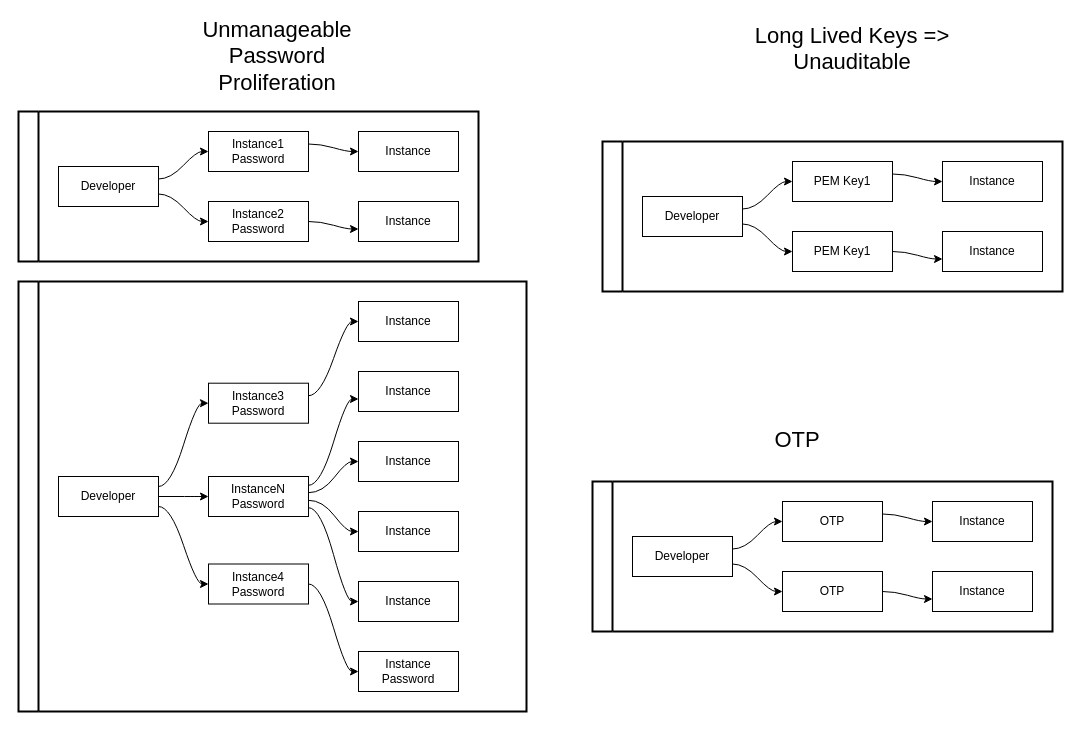
The draw.io diagram Untitled Diagram.drawio in biofool/vault-ssh-helper, before the edit. Source tidied: cells renumbered, new cells numbered last; positions are measured from the earlier drawing's top-left corner, leaving out a move shared by most shapes. Both pictures are drawn from the tidied source at 100%, with x=0, y=0 at pixel (18, 31).
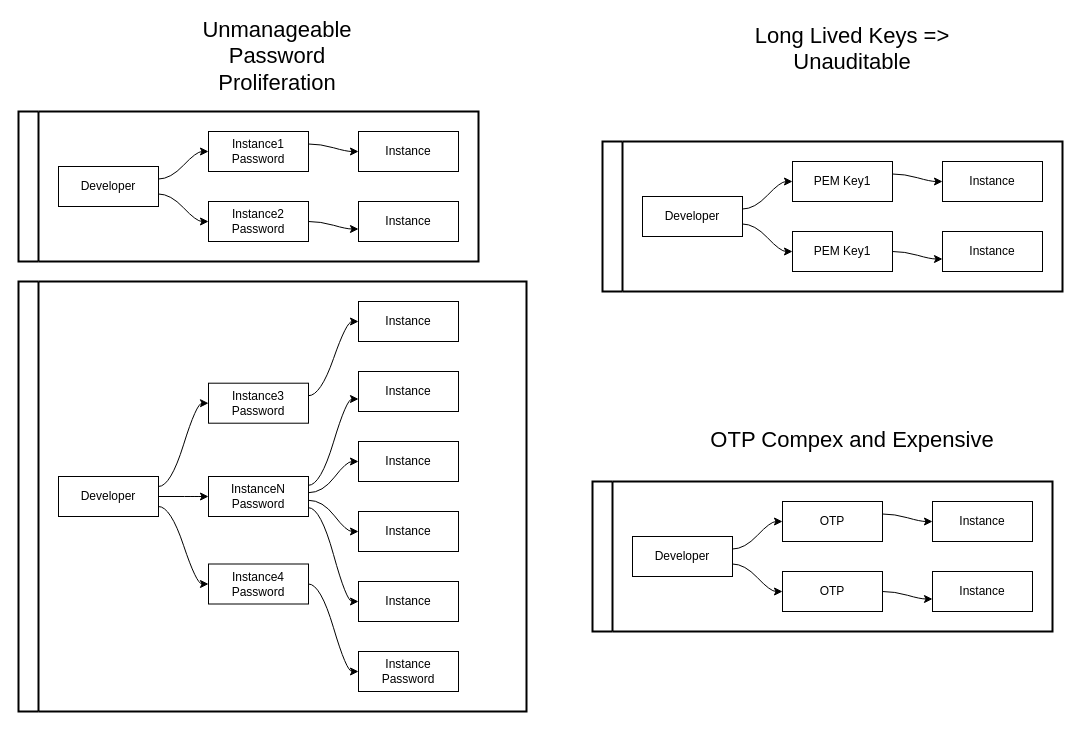
The same page after the edit.

Diff of the diagram source:
```diff
@@
-    <mxCell id="48" value="&lt;font style=&quot;font-size: 22px&quot;&gt;OTP&lt;/font&gt;" style="text;html=1;strokeColor=none;fillColor=none;align=center;verticalAlign=middle;whiteSpace=wrap;rounded=0;" parent="1" vertex="1">
-      <mxGeometry x="674" y="384" width="210" height="50" as="geometry" />
+    <mxCell id="48" value="&lt;font style=&quot;font-size: 22px&quot;&gt;OTP Compex and Expensive&lt;/font&gt; " style="text;html=1;strokeColor=none;fillColor=none;align=center;verticalAlign=middle;whiteSpace=wrap;rounded=0;" parent="1" vertex="1">
+      <mxGeometry x="674" y="384" width="320" height="50" as="geometry" />
     </mxCell>
```
